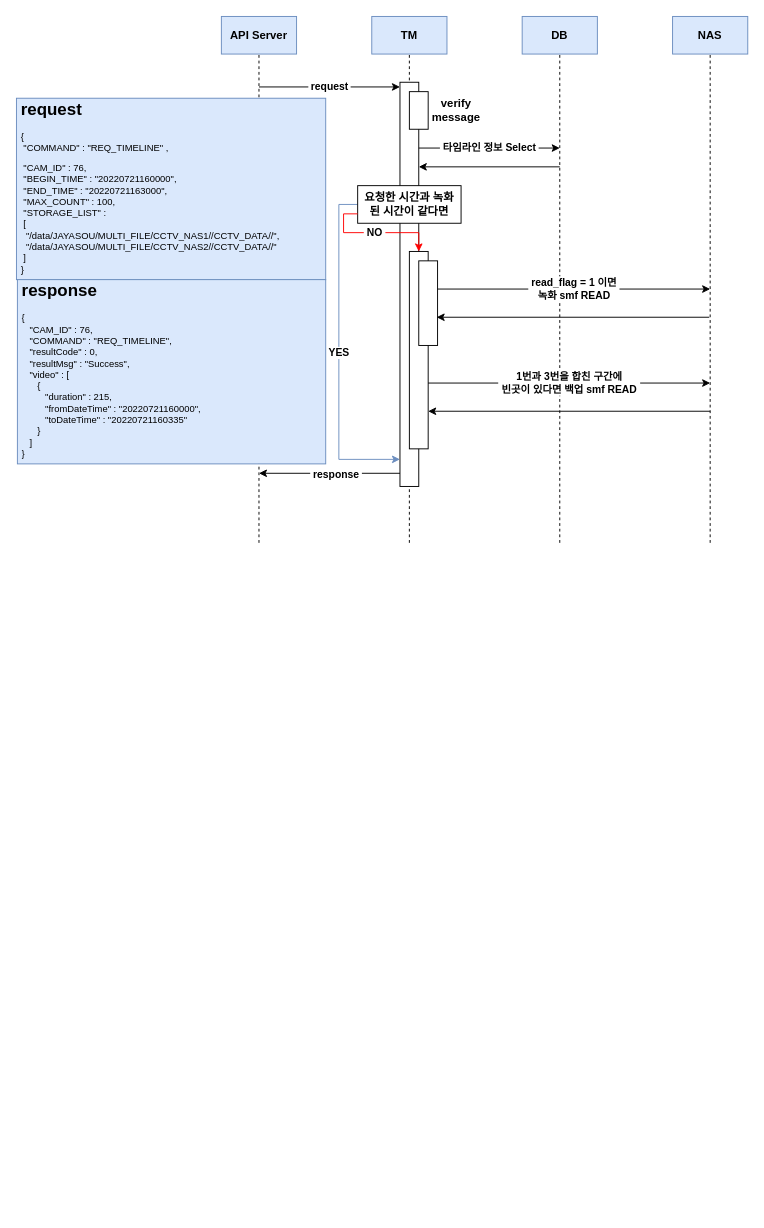
Before: TM.drawio in JaeHyeon774/NEWTIL, a draw.io diagram. Source tidied: cells renumbered, new cells numbered last; positions are measured from the earlier drawing's top-left corner, leaving out a move shared by most shapes. Both pictures are drawn from the tidied source at 94%, with x=0, y=0 at pixel (16, 16).
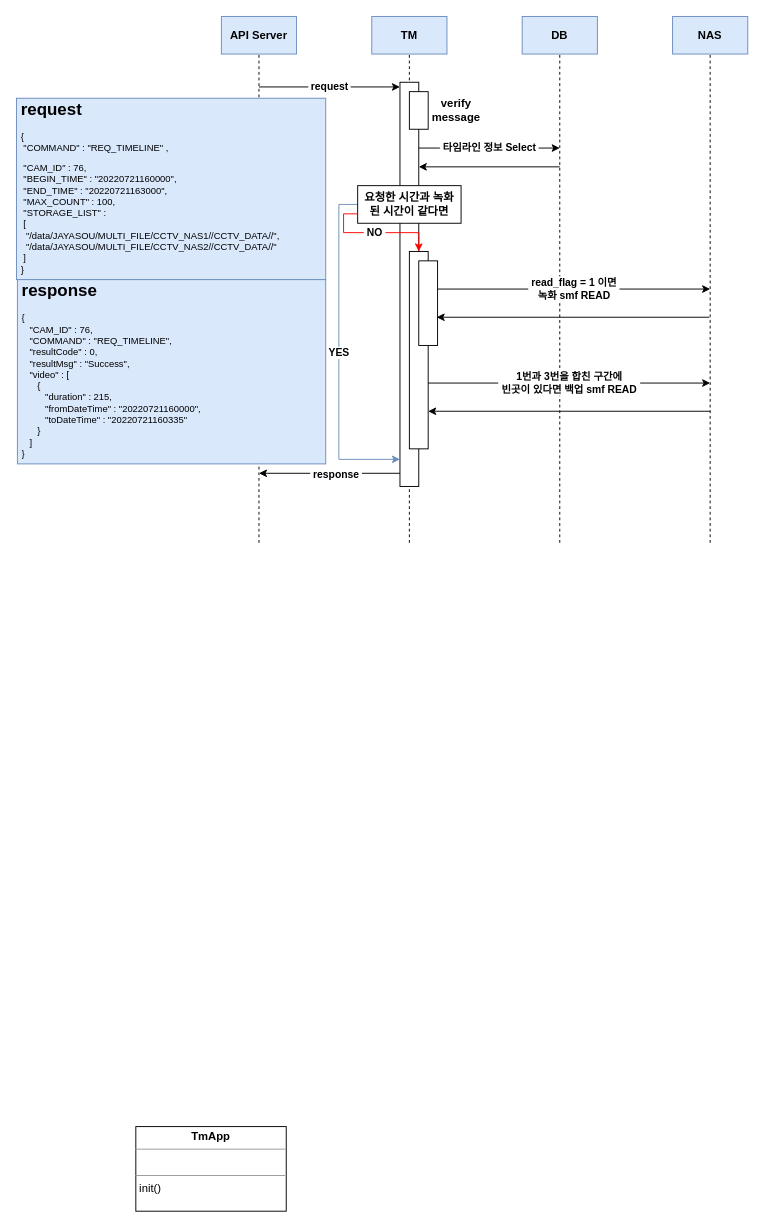
The same page after the edit.

Change to the diagram source:
```diff
@@
+    <mxCell id="29" value="&lt;p style=&quot;margin:0px;margin-top:4px;text-align:center;&quot;&gt;&lt;b&gt;TmApp&lt;/b&gt;&lt;/p&gt;&lt;hr size=&quot;1&quot;&gt;&lt;p style=&quot;margin:0px;margin-left:4px;&quot;&gt;&lt;br&gt;&lt;/p&gt;&lt;hr size=&quot;1&quot;&gt;&lt;p style=&quot;margin:0px;margin-left:4px;&quot;&gt;init()&lt;/p&gt;&lt;p style=&quot;margin:0px;margin-left:4px;&quot;&gt;&lt;br&gt;&lt;/p&gt;" style="verticalAlign=top;align=left;overflow=fill;fontSize=12;fontFamily=Helvetica;html=1;" parent="1" vertex="1">
+      <mxGeometry x="127" y="1181" width="160" height="90" as="geometry" />
+    </mxCell>
```
